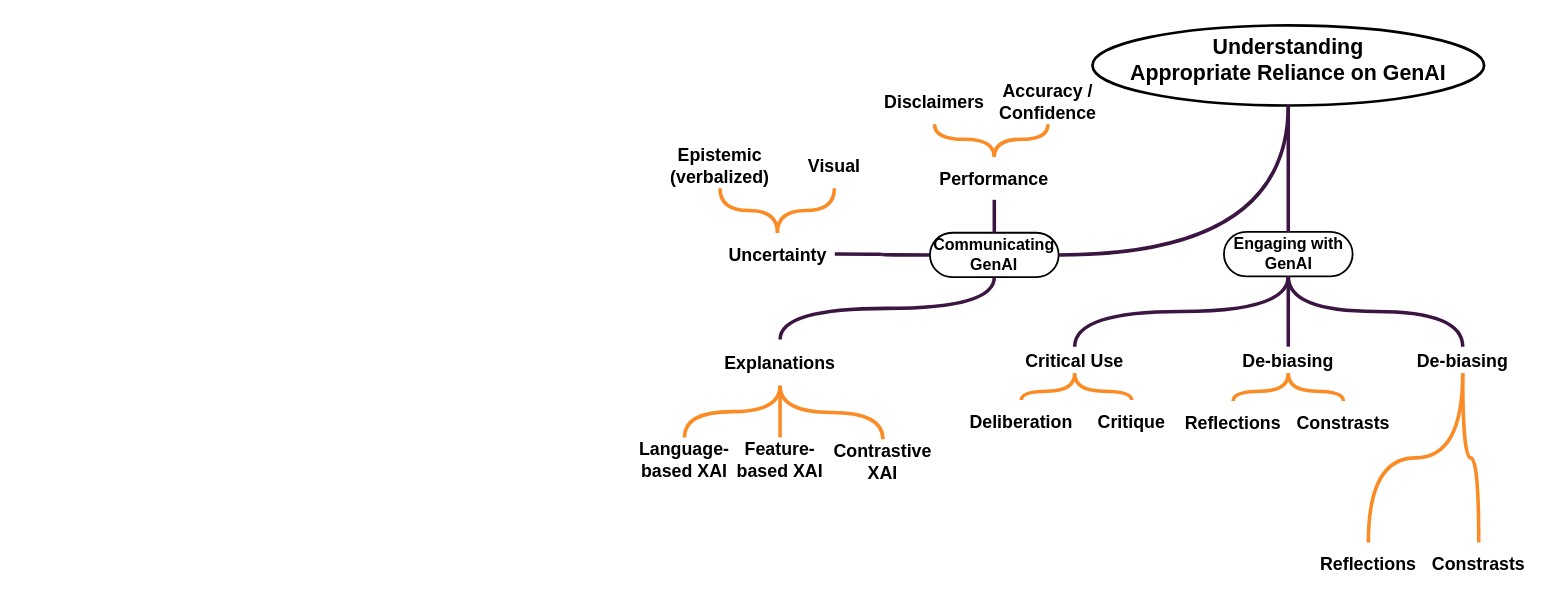
The draw.io diagram ext/chi27-rev-4.1.drawio in raeeschaudhary/Coursera_Exams, before the edit. Source tidied: cells renumbered, new cells numbered last; positions are measured from the earlier drawing's top-left corner, leaving out a move shared by most shapes. Both pictures are drawn from the tidied source at 89%, with x=0, y=0 at pixel (620, 25).
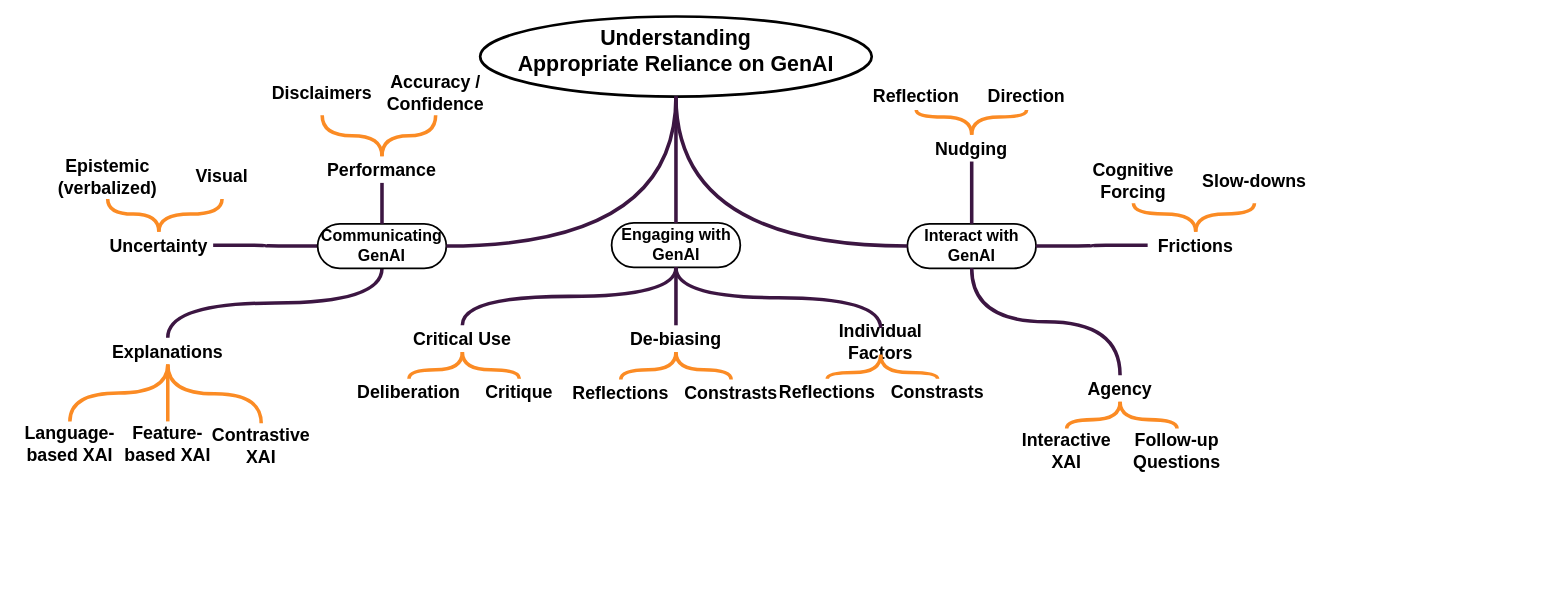
The same page after the edit.

The edit, as a diff of the source:
```diff
@@
     <mxCell id="2" value="&amp;nbsp;Understanding&amp;nbsp;&lt;div&gt;Appropriate Reliance on GenAI&lt;/div&gt;" style="ellipse;whiteSpace=wrap;html=1;strokeWidth=3;fontFamily=corbel;fontSize=24;fontStyle=1;verticalAlign=top;spacingTop=4;" parent="1" vertex="1">
-      <mxGeometry x="530" width="440" height="90" as="geometry" />
+      <mxGeometry x="-158" y="-10" width="440" height="90" as="geometry" />
     </mxCell>
@@
     <mxCell id="5" value="Communicating GenAI" style="rounded=1;whiteSpace=wrap;html=1;arcSize=50;strokeWidth=2;fontFamily=corbel;fontSize=18;fontStyle=1;" parent="1" vertex="1">
-      <mxGeometry x="347.4" y="233" width="144.6" height="50" as="geometry" />
+      <mxGeometry x="-340.6" y="223" width="144.6" height="50" as="geometry" />
     </mxCell>
@@
     <mxCell id="9" value="Explanations" style="text;html=1;whiteSpace=wrap;strokeColor=none;fillColor=none;align=center;verticalAlign=middle;rounded=0;fontFamily=corbel;fontStyle=1;fontSize=20;" parent="1" vertex="1">
-      <mxGeometry x="99" y="353" width="160" height="52" as="geometry" />
+      <mxGeometry x="-589" y="351" width="160" height="30" as="geometry" />
     </mxCell>
@@
     <mxCell id="12" value="&lt;span&gt;Uncertainty&lt;/span&gt;" style="text;html=1;whiteSpace=wrap;strokeColor=none;fillColor=none;align=center;verticalAlign=middle;rounded=0;fontFamily=corbel;fontStyle=1;fontSize=20;" parent="1" vertex="1">
-      <mxGeometry x="111.5" y="233" width="129" height="48" as="geometry" />
+      <mxGeometry x="-580" y="232" width="122" height="30" as="geometry" />
     </mxCell>
     <mxCell id="13" value="&lt;span style=&quot;font-size: 20px;&quot;&gt;Epistemic (verbalized)&lt;/span&gt;" style="text;html=1;whiteSpace=wrap;strokeColor=none;fillColor=none;align=center;verticalAlign=middle;rounded=0;fontFamily=corbel;fontSize=18;fontStyle=1;" parent="1" vertex="1">
-      <mxGeometry x="40" y="133" width="143" height="50" as="geometry" />
+      <mxGeometry x="-648" y="145" width="143" height="50" as="geometry" />
     </mxCell>
     <mxCell id="14" value="&lt;span style=&quot;font-size: 20px;&quot;&gt;Visual&lt;/span&gt;" style="text;html=1;whiteSpace=wrap;strokeColor=none;fillColor=none;align=center;verticalAlign=middle;rounded=0;fontFamily=corbel;fontSize=18;fontStyle=1;" parent="1" vertex="1">
-      <mxGeometry x="180" y="133" width="120" height="50" as="geometry" />
+      <mxGeometry x="-508" y="145" width="120" height="50" as="geometry" />
     </mxCell>
     <mxCell id="15" value="&lt;span&gt;&lt;span style=&quot;font-size:20px;&quot;&gt;Language-based XAI&lt;/span&gt;&lt;/span&gt;" style="text;html=1;whiteSpace=wrap;strokeColor=none;fillColor=none;align=center;verticalAlign=middle;rounded=0;fontFamily=corbel;fontSize=18;fontStyle=1;" parent="1" vertex="1">
-      <mxGeometry y="463" width="143" height="50" as="geometry" />
+      <mxGeometry x="-680" y="445" width="122" height="50" as="geometry" />
     </mxCell>
     <mxCell id="16" value="&lt;span style=&quot;font-size: 20px;&quot;&gt;Feature-based XAI&lt;/span&gt;" style="text;html=1;whiteSpace=wrap;strokeColor=none;fillColor=none;align=center;verticalAlign=middle;rounded=0;fontFamily=corbel;fontSize=18;fontStyle=1;" parent="1" vertex="1">
-      <mxGeometry x="118" y="463" width="122" height="50" as="geometry" />
+      <mxGeometry x="-563" y="445" width="108" height="50" as="geometry" />
     </mxCell>
     <mxCell id="17" value="&lt;span style=&quot;font-size: 20px;&quot;&gt;Contrastive XAI&lt;/span&gt;" style="text;html=1;whiteSpace=wrap;strokeColor=none;fillColor=none;align=center;verticalAlign=middle;rounded=0;fontFamily=corbel;fontSize=18;fontStyle=1;" parent="1" vertex="1">
-      <mxGeometry x="230" y="465" width="129" height="50" as="geometry" />
+      <mxGeometry x="-458" y="447" width="108" height="50" as="geometry" />
     </mxCell>
     <mxCell id="18" value="&lt;span&gt;Performance&lt;/span&gt;" style="text;html=1;whiteSpace=wrap;strokeColor=none;fillColor=none;align=center;verticalAlign=middle;rounded=0;fontFamily=corbel;fontStyle=1;fontSize=20;" parent="1" vertex="1">
-      <mxGeometry x="352" y="148" width="135.3" height="48" as="geometry" />
+      <mxGeometry x="-336" y="147" width="135.3" height="30" as="geometry" />
     </mxCell>
@@
     <mxCell id="22" value="&lt;span style=&quot;font-size: 20px;&quot;&gt;Disclaimers&lt;/span&gt;" style="text;html=1;whiteSpace=wrap;strokeColor=none;fillColor=none;align=center;verticalAlign=middle;rounded=0;fontFamily=corbel;fontSize=18;fontStyle=1;" parent="1" vertex="1">
-      <mxGeometry x="281" y="61" width="143" height="50" as="geometry" />
+      <mxGeometry x="-407" y="51" width="143" height="50" as="geometry" />
     </mxCell>
     <mxCell id="23" value="&lt;span style=&quot;font-size: 20px;&quot;&gt;Accuracy / Confidence&lt;/span&gt;" style="text;html=1;whiteSpace=wrap;strokeColor=none;fillColor=none;align=center;verticalAlign=middle;rounded=0;fontFamily=corbel;fontSize=18;fontStyle=1;" parent="1" vertex="1">
-      <mxGeometry x="420" y="61" width="120" height="50" as="geometry" />
+      <mxGeometry x="-268" y="51" width="120" height="50" as="geometry" />
     </mxCell>
@@
     <mxCell id="25" value="Engaging with GenAI" style="rounded=1;whiteSpace=wrap;html=1;arcSize=50;strokeWidth=2;fontFamily=corbel;fontSize=18;fontStyle=1;" parent="1" vertex="1">
-      <mxGeometry x="677.7" y="232" width="144.6" height="50" as="geometry" />
+      <mxGeometry x="-10.3" y="222" width="144.6" height="50" as="geometry" />
     </mxCell>
@@
     <mxCell id="28" value="Critical Use" style="text;html=1;whiteSpace=wrap;strokeColor=none;fillColor=none;align=center;verticalAlign=middle;rounded=0;fontFamily=corbel;fontStyle=1;fontSize=20;" parent="1" vertex="1">
-      <mxGeometry x="430" y="361" width="160" height="30" as="geometry" />
+      <mxGeometry x="-258" y="337" width="160" height="30" as="geometry" />
     </mxCell>
     <mxCell id="29" value="&lt;span style=&quot;font-size: 20px;&quot;&gt;Deliberation&lt;/span&gt;" style="text;html=1;whiteSpace=wrap;strokeColor=none;fillColor=none;align=center;verticalAlign=middle;rounded=0;fontFamily=corbel;fontSize=18;fontStyle=1;" parent="1" vertex="1">
-      <mxGeometry x="390" y="421" width="120" height="50" as="geometry" />
+      <mxGeometry x="-298" y="397" width="120" height="30" as="geometry" />
     </mxCell>
     <mxCell id="30" value="&lt;span style=&quot;font-size: 20px;&quot;&gt;Critique&lt;/span&gt;" style="text;html=1;whiteSpace=wrap;strokeColor=none;fillColor=none;align=center;verticalAlign=middle;rounded=0;fontFamily=corbel;fontSize=18;fontStyle=1;" parent="1" vertex="1">
-      <mxGeometry x="520" y="421" width="108" height="50" as="geometry" />
+      <mxGeometry x="-168" y="397" width="108" height="30" as="geometry" />
     </mxCell>
@@
     <mxCell id="33" value="De-biasing" style="text;html=1;whiteSpace=wrap;strokeColor=none;fillColor=none;align=center;verticalAlign=middle;rounded=0;fontFamily=corbel;fontStyle=1;fontSize=20;" parent="1" vertex="1">
-      <mxGeometry x="670" y="361" width="160" height="30" as="geometry" />
+      <mxGeometry x="-18" y="337" width="160" height="30" as="geometry" />
     </mxCell>
@@
     <mxCell id="35" value="&lt;span style=&quot;font-size: 20px;&quot;&gt;Reflections&lt;/span&gt;" style="text;html=1;whiteSpace=wrap;strokeColor=none;fillColor=none;align=center;verticalAlign=middle;rounded=0;fontFamily=corbel;fontSize=18;fontStyle=1;" parent="1" vertex="1">
-      <mxGeometry x="628" y="422" width="120" height="50" as="geometry" />
+      <mxGeometry x="-60" y="398" width="120" height="30" as="geometry" />
     </mxCell>
     <mxCell id="36" value="&lt;span style=&quot;font-size: 20px;&quot;&gt;Constrasts&lt;/span&gt;" style="text;html=1;whiteSpace=wrap;strokeColor=none;fillColor=none;align=center;verticalAlign=middle;rounded=0;fontFamily=corbel;fontSize=18;fontStyle=1;" parent="1" vertex="1">
-      <mxGeometry x="758" y="422" width="108" height="50" as="geometry" />
+      <mxGeometry x="70" y="398" width="108" height="30" as="geometry" />
     </mxCell>
@@
-    <mxCell id="39" value="De-biasing" style="text;html=1;whiteSpace=wrap;strokeColor=none;fillColor=none;align=center;verticalAlign=middle;rounded=0;fontFamily=corbel;fontStyle=1;fontSize=20;" parent="1" vertex="1">
-      <mxGeometry x="866" y="361" width="160" height="30" as="geometry" />
+    <mxCell id="39" value="Individual Factors" style="text;html=1;whiteSpace=wrap;strokeColor=none;fillColor=none;align=center;verticalAlign=middle;rounded=0;fontFamily=corbel;fontStyle=1;fontSize=20;" parent="1" vertex="1">
+      <mxGeometry x="212" y="340" width="160" height="30" as="geometry" />
     </mxCell>
     <mxCell id="40" value="&lt;span style=&quot;font-size: 20px;&quot;&gt;Reflections&lt;/span&gt;" style="text;html=1;whiteSpace=wrap;strokeColor=none;fillColor=none;align=center;verticalAlign=middle;rounded=0;fontFamily=corbel;fontSize=18;fontStyle=1;" parent="1" vertex="1">
-      <mxGeometry x="780" y="581" width="120" height="50" as="geometry" />
+      <mxGeometry x="172" y="397" width="120" height="30" as="geometry" />
     </mxCell>
     <mxCell id="41" value="&lt;span style=&quot;font-size: 20px;&quot;&gt;Constrasts&lt;/span&gt;" style="text;html=1;whiteSpace=wrap;strokeColor=none;fillColor=none;align=center;verticalAlign=middle;rounded=0;fontFamily=corbel;fontSize=18;fontStyle=1;" parent="1" vertex="1">
-      <mxGeometry x="910" y="581" width="108" height="50" as="geometry" />
+      <mxGeometry x="302" y="397" width="108" height="30" as="geometry" />
     </mxCell>
@@
+    <mxCell id="45" value="Interact with GenAI" style="rounded=1;whiteSpace=wrap;html=1;arcSize=50;strokeWidth=2;fontFamily=corbel;fontSize=18;fontStyle=1;" parent="1" vertex="1">
+      <mxGeometry x="322" y="223" width="144.6" height="50" as="geometry" />
+    </mxCell>
+    <mxCell id="46" style="edgeStyle=orthogonalEdgeStyle;rounded=0;jettySize=auto;html=1;exitX=0.5;exitY=1;exitDx=0;exitDy=0;entryX=0.5;entryY=0;entryDx=0;entryDy=0;endArrow=none;endFill=0;curved=1;endSize=6;strokeWidth=4;strokeColor=#3C1642;" parent="1" edge="1" source="45" target="47">
+      <mxGeometry relative="1" as="geometry" />
+    </mxCell>
+    <mxCell id="47" value="Agency" style="text;html=1;whiteSpace=wrap;strokeColor=none;fillColor=none;align=center;verticalAlign=middle;rounded=0;fontFamily=corbel;fontStyle=1;fontSize=20;" parent="1" vertex="1">
+      <mxGeometry x="481" y="393" width="160" height="30" as="geometry" />
+    </mxCell>
+    <mxCell id="48" value="&lt;span style=&quot;font-size: 20px;&quot;&gt;Interactive XAI&lt;/span&gt;" style="text;html=1;whiteSpace=wrap;strokeColor=none;fillColor=none;align=center;verticalAlign=middle;rounded=0;fontFamily=corbel;fontSize=18;fontStyle=1;" parent="1" vertex="1">
+      <mxGeometry x="441" y="453" width="120" height="50" as="geometry" />
+    </mxCell>
+    <mxCell id="49" value="&lt;span style=&quot;font-size: 20px;&quot;&gt;Follow-up Questions&lt;/span&gt;" style="text;html=1;whiteSpace=wrap;strokeColor=none;fillColor=none;align=center;verticalAlign=middle;rounded=0;fontFamily=corbel;fontSize=18;fontStyle=1;" parent="1" vertex="1">
+      <mxGeometry x="571" y="453" width="108" height="50" as="geometry" />
+    </mxCell>
+    <mxCell id="50" style="edgeStyle=orthogonalEdgeStyle;rounded=0;jettySize=auto;html=1;entryX=0.5;entryY=0;entryDx=0;entryDy=0;strokeWidth=4;curved=1;endArrow=none;endFill=0;strokeColor=#FB8B24;" parent="1" edge="1" source="47" target="49">
+      <mxGeometry relative="1" as="geometry" />
+    </mxCell>
+    <mxCell id="51" value="Nudging" style="text;html=1;whiteSpace=wrap;strokeColor=none;fillColor=none;align=center;verticalAlign=middle;rounded=0;fontFamily=corbel;fontStyle=1;fontSize=20;" parent="1" vertex="1">
+      <mxGeometry x="314.3" y="123" width="160" height="30" as="geometry" />
+    </mxCell>
+    <mxCell id="52" style="edgeStyle=orthogonalEdgeStyle;rounded=0;jettySize=auto;html=1;exitX=0.5;exitY=0;exitDx=0;exitDy=0;entryX=0.5;entryY=1;entryDx=0;entryDy=0;endArrow=none;endFill=0;curved=1;endSize=6;strokeWidth=4;strokeColor=#3C1642;" parent="1" edge="1" source="45" target="51">
+      <mxGeometry relative="1" as="geometry" />
+    </mxCell>
+    <mxCell id="53" value="&lt;span style=&quot;font-size: 20px;&quot;&gt;Reflection&lt;/span&gt;" style="text;html=1;whiteSpace=wrap;strokeColor=none;fillColor=none;align=center;verticalAlign=middle;rounded=0;fontFamily=corbel;fontSize=18;fontStyle=1;" parent="1" vertex="1">
+      <mxGeometry x="272" y="65" width="120" height="30" as="geometry" />
+    </mxCell>
+    <mxCell id="54" value="&lt;span style=&quot;font-size: 20px;&quot;&gt;Direction&lt;/span&gt;" style="text;html=1;whiteSpace=wrap;strokeColor=none;fillColor=none;align=center;verticalAlign=middle;rounded=0;fontFamily=corbel;fontSize=18;fontStyle=1;" parent="1" vertex="1">
+      <mxGeometry x="402" y="65" width="108" height="30" as="geometry" />
+    </mxCell>
+    <mxCell id="55" style="edgeStyle=orthogonalEdgeStyle;rounded=0;jettySize=auto;html=1;entryX=0.5;entryY=1;entryDx=0;entryDy=0;strokeWidth=4;curved=1;endArrow=none;endFill=0;strokeColor=#FB8B24;exitX=0.5;exitY=0;exitDx=0;exitDy=0;" parent="1" edge="1" source="51" target="54">
+      <mxGeometry relative="1" as="geometry" />
+    </mxCell>
+    <mxCell id="56" style="edgeStyle=orthogonalEdgeStyle;rounded=0;jettySize=auto;html=1;strokeWidth=4;curved=1;endArrow=none;endFill=0;strokeColor=#FB8B24;exitX=0.5;exitY=0;exitDx=0;exitDy=0;" parent="1" edge="1" source="51" target="53">
+      <mxGeometry relative="1" as="geometry" />
+    </mxCell>
+    <mxCell id="57" value="Frictions" style="text;html=1;whiteSpace=wrap;strokeColor=none;fillColor=none;align=center;verticalAlign=middle;rounded=0;fontFamily=corbel;fontStyle=1;fontSize=20;" parent="1" vertex="1">
+      <mxGeometry x="592" y="232" width="108" height="30" as="geometry" />
+    </mxCell>
+    <mxCell id="58" value="&lt;span style=&quot;font-size: 20px;&quot;&gt;Slow-downs&lt;/span&gt;" style="text;html=1;whiteSpace=wrap;strokeColor=none;fillColor=none;align=center;verticalAlign=middle;rounded=0;fontFamily=corbel;fontSize=18;fontStyle=1;" parent="1" vertex="1">
+      <mxGeometry x="652" y="150" width="120" height="50" as="geometry" />
+    </mxCell>
+    <mxCell id="59" value="&lt;span style=&quot;font-size: 20px;&quot;&gt;Cognitive Forcing&lt;/span&gt;" style="text;html=1;whiteSpace=wrap;strokeColor=none;fillColor=none;align=center;verticalAlign=middle;rounded=0;fontFamily=corbel;fontSize=18;fontStyle=1;" parent="1" vertex="1">
+      <mxGeometry x="522" y="150" width="108" height="50" as="geometry" />
+    </mxCell>
+    <mxCell id="60" style="edgeStyle=orthogonalEdgeStyle;rounded=0;jettySize=auto;html=1;entryX=0.5;entryY=1;entryDx=0;entryDy=0;strokeWidth=4;curved=1;endArrow=none;endFill=0;strokeColor=#FB8B24;exitX=0.5;exitY=0;exitDx=0;exitDy=0;" parent="1" edge="1" source="57" target="59">
+      <mxGeometry relative="1" as="geometry" />
+    </mxCell>
+    <mxCell id="61" style="edgeStyle=orthogonalEdgeStyle;rounded=0;jettySize=auto;html=1;strokeWidth=4;curved=1;endArrow=none;endFill=0;strokeColor=#FB8B24;exitX=0.5;exitY=0;exitDx=0;exitDy=0;" parent="1" edge="1" source="57" target="58">
+      <mxGeometry relative="1" as="geometry" />
+    </mxCell>
+    <mxCell id="62" style="edgeStyle=orthogonalEdgeStyle;rounded=0;jettySize=auto;html=1;exitX=1;exitY=0.5;exitDx=0;exitDy=0;entryX=0;entryY=0.5;entryDx=0;entryDy=0;endArrow=none;endFill=0;curved=1;endSize=6;strokeWidth=4;strokeColor=#3C1642;" parent="1" edge="1" source="45" target="57">
+      <mxGeometry relative="1" as="geometry" />
+    </mxCell>
+    <mxCell id="63" style="edgeStyle=orthogonalEdgeStyle;rounded=0;jettySize=auto;html=1;exitX=0.5;exitY=1;exitDx=0;exitDy=0;endArrow=none;endFill=0;curved=1;endSize=6;strokeWidth=4;strokeColor=#3C1642;entryX=0;entryY=0.5;entryDx=0;entryDy=0;" parent="1" edge="1" source="2" target="45">
+      <mxGeometry relative="1" as="geometry" />
+    </mxCell>
+    <mxCell id="64" style="edgeStyle=orthogonalEdgeStyle;rounded=0;jettySize=auto;html=1;strokeWidth=4;curved=1;endArrow=none;endFill=0;strokeColor=#FB8B24;exitX=0.5;exitY=1;exitDx=0;exitDy=0;" parent="1" edge="1" source="47" target="48">
+      <mxGeometry relative="1" as="geometry" />
+    </mxCell>
```
